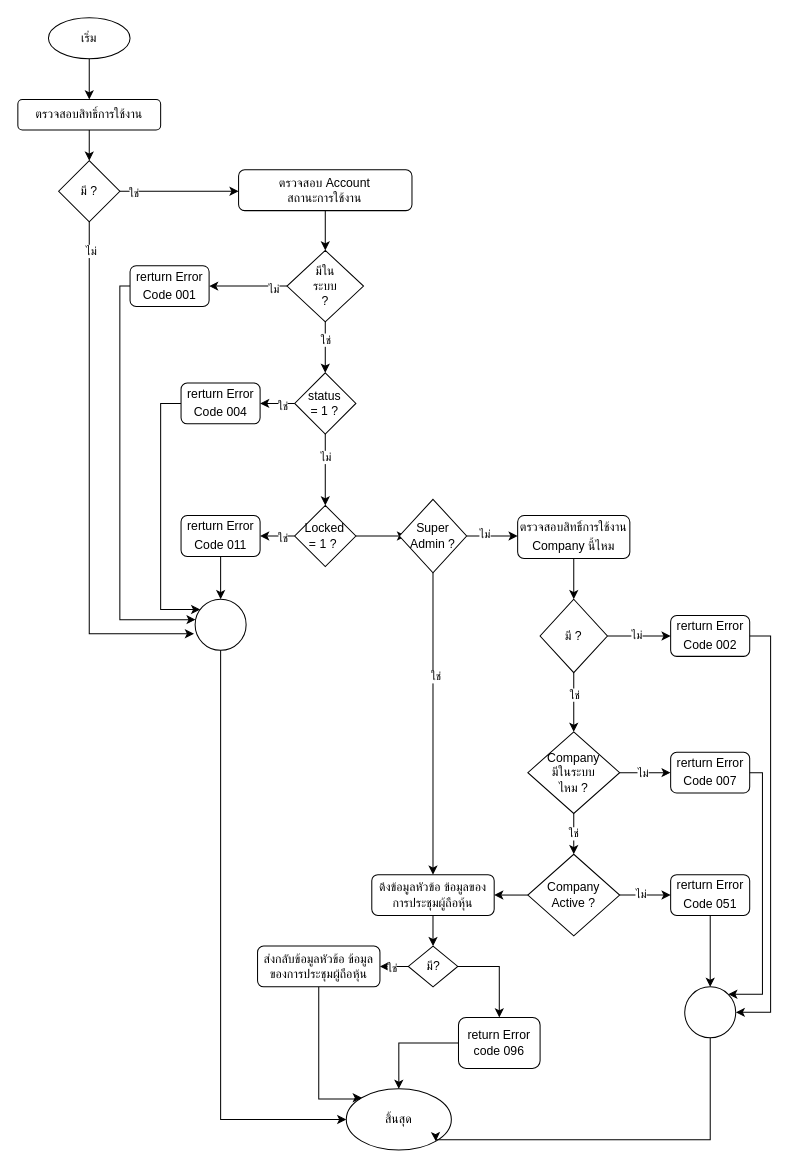
This is page "Page-2" (2 of 4) of ShareholderMeetingDetail.drawio from charifrodmanee/charifrodmanee, a draw.io file, before an edit. Source tidied: cells renumbered, new cells numbered last; positions are measured from the earlier drawing's top-left corner, leaving out a move shared by most shapes. Both pictures are drawn from the tidied source at 102%, with x=0, y=0 at pixel (17, 17).
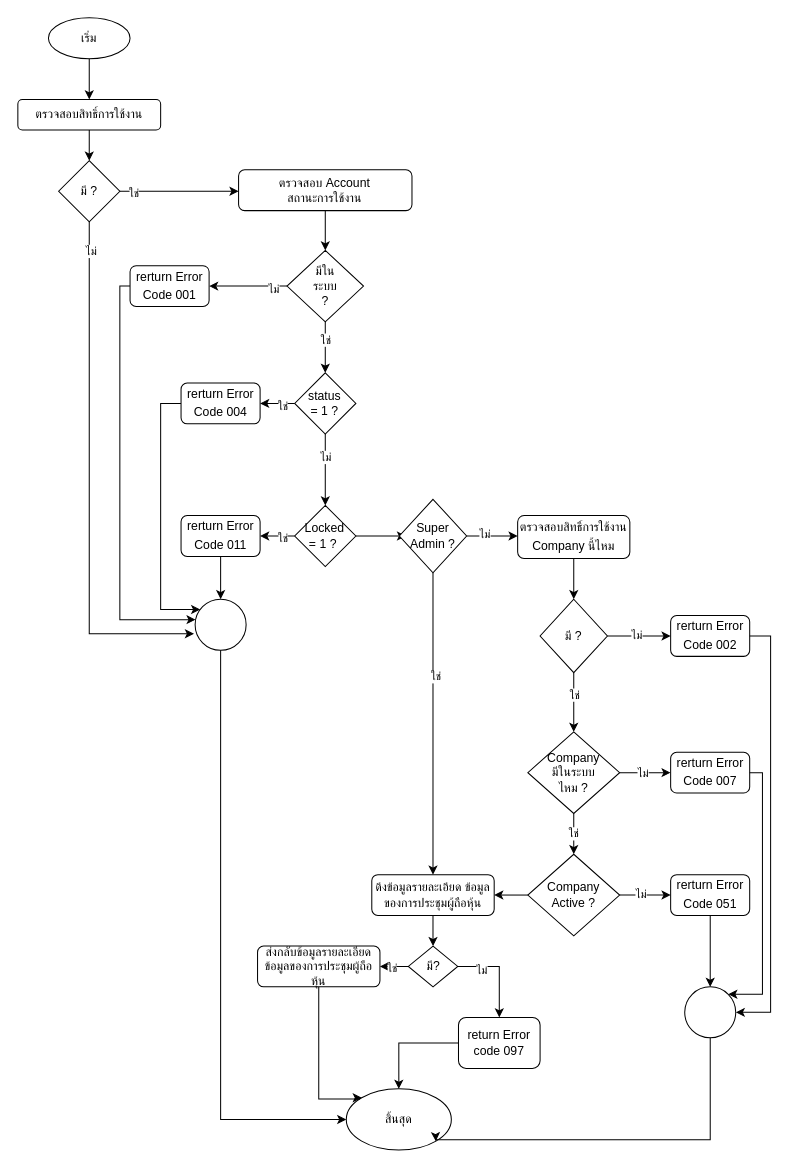
Above is the later version.

The change refers to these unchanged cells:
```xml
<mxCell id="70" style="edgeStyle=orthogonalEdgeStyle;rounded=0;jettySize=auto;html=1;" parent="1" edge="1" source="71" target="73">
  <mxGeometry relative="1" as="geometry" />
</mxCell>
```

The edit, as a diff of the source:
```diff
@@
-    <mxCell id="55" value="ดึงข้อมูลหัวข้อ ข้อมูลของการประชุมผู้ถือหุ้น" style="rounded=1;whiteSpace=wrap;html=1;" parent="1" vertex="1">
+    <mxCell id="55" value="ดึงข้อมูลรายละเอียด ข้อมูลของการประชุมผู้ถือหุ้น" style="rounded=1;whiteSpace=wrap;html=1;" parent="1" vertex="1">
       <mxGeometry x="347" y="840" width="120" height="40" as="geometry" />
     </mxCell>
@@
-    <mxCell id="67" value="ส่งกลับข้อมูลหัวข้อ ข้อมูลของการประชุมผู้ถือหุ้น" style="rounded=1;whiteSpace=wrap;html=1;" parent="1" vertex="1">
+    <mxCell id="67" value="ส่งกลับข้อมูลรายละเอียด ข้อมูลของการประชุมผู้ถือหุ้น" style="rounded=1;whiteSpace=wrap;html=1;" parent="1" vertex="1">
       <mxGeometry x="235" y="910" width="120" height="40" as="geometry" />
     </mxCell>
@@
+    <mxCell id="74" value="ไม่" style="edgeLabel;html=1;align=center;verticalAlign=middle;" parent="70" vertex="1">
+      <mxGeometry x="-0.5" y="-3" relative="1" as="geometry" />
+    </mxCell>
@@
-    <mxCell id="73" value="return Error code 096" style="rounded=1;whiteSpace=wrap;html=1;" parent="1" vertex="1">
+    <mxCell id="73" value="return Error code 097" style="rounded=1;whiteSpace=wrap;html=1;" parent="1" vertex="1">
       <mxGeometry x="432" y="980" width="80" height="50" as="geometry" />
     </mxCell>
```
